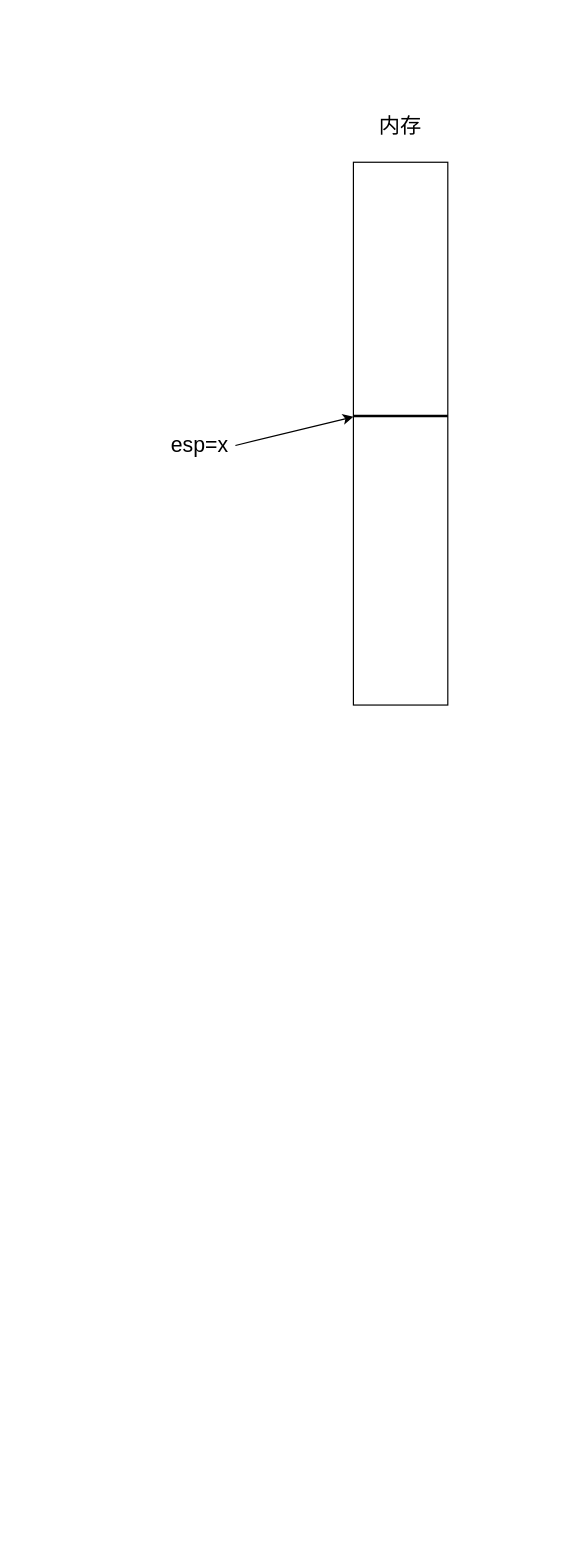
This is page "第 1 页" (1 of 2) of 未命名绘图.drawio from misiyu/drawio, a draw.io file, before an edit. Source tidied: cells renumbered, new cells numbered last; positions are measured from the earlier drawing's top-left corner, leaving out a move shared by most shapes. Both pictures are drawn from the tidied source at 118%, with x=0, y=0 at pixel (176, 114).
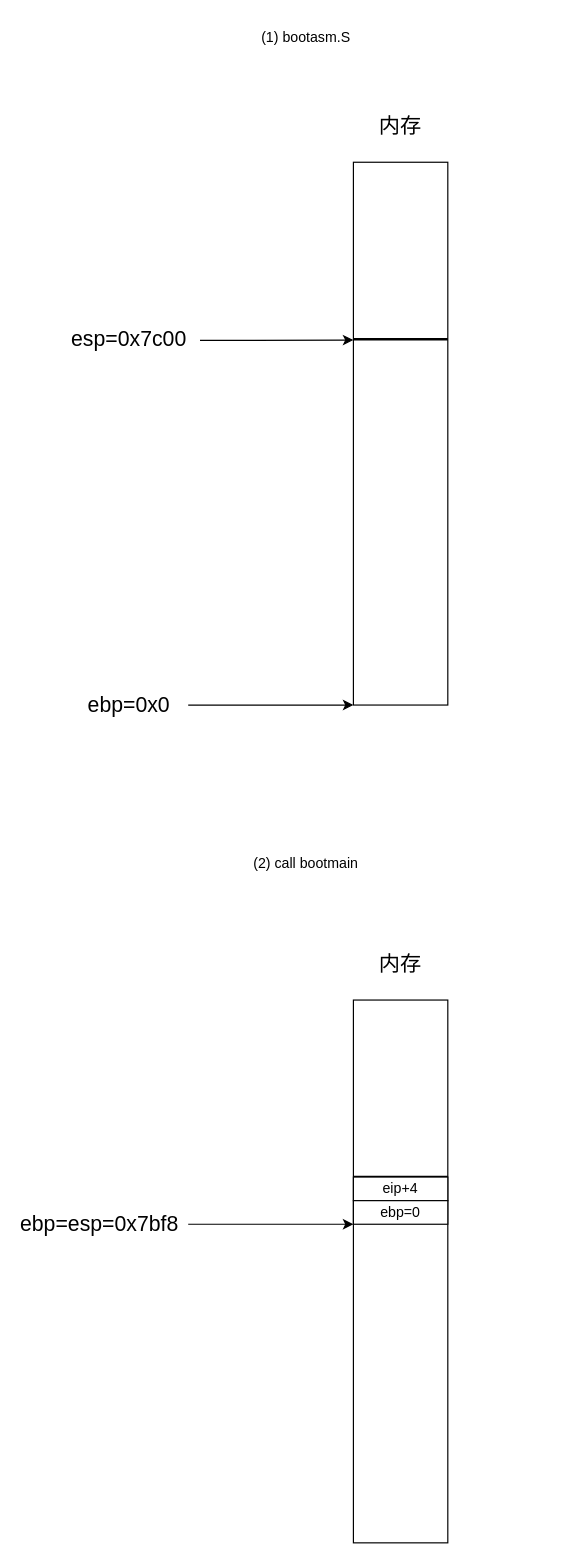
The same page after the edit.

Commit message:
更新未命名绘图.drawio

Unchanged cells that the change refers to:
```xml
<mxCell id="2" style="rounded=0;whiteSpace=wrap;html=1;" parent="1" vertex="1">
  <mxGeometry x="150" y="40" width="80" height="460" as="geometry" />
</mxCell>
```

The edit, as a diff of the source:
```diff
@@
-    <mxCell id="4" style="endArrow=classic;html=1;entryX=0;entryY=0.469;entryDx=0;entryDy=0;entryPerimeter=0;" parent="1" edge="1" target="2">
+    <mxCell id="4" style="endArrow=classic;html=1;entryX=0;entryY=0.469;entryDx=0;entryDy=0;entryPerimeter=0;" parent="1" edge="1">
       <mxGeometry relative="1" as="geometry">
-        <mxPoint x="50" y="280" as="sourcePoint" />
+        <mxPoint x="20" y="191" as="sourcePoint" />
+        <mxPoint x="150" y="190.7" as="targetPoint" />
       </mxGeometry>
     </mxCell>
-    <mxCell id="5" value="&lt;font style=&quot;font-size: 18px&quot;&gt;esp=x&lt;/font&gt;" style="text;html=1;strokeColor=none;fillColor=none;align=center;verticalAlign=middle;whiteSpace=wrap;rounded=0;" parent="1" vertex="1">
-      <mxGeometry y="270" width="40" height="20" as="geometry" />
+    <mxCell id="5" value="&lt;font style=&quot;font-size: 18px&quot;&gt;esp=0x7c00&lt;/font&gt;" style="text;html=1;strokeColor=none;fillColor=none;align=center;verticalAlign=middle;whiteSpace=wrap;rounded=0;" parent="1" vertex="1">
+      <mxGeometry x="-60" y="180" width="40" height="20" as="geometry" />
     </mxCell>
     <mxCell id="6" style="line;strokeWidth=2;html=1;" parent="1" vertex="1">
-      <mxGeometry x="150" y="250" width="80" height="10" as="geometry" />
+      <mxGeometry x="150" y="185" width="80" height="10" as="geometry" />
     </mxCell>
+    <mxCell id="7" style="endArrow=classic;html=1;entryX=0;entryY=1;entryDx=0;entryDy=0;" parent="1" edge="1" target="2">
+      <mxGeometry relative="1" as="geometry">
+        <mxPoint x="10" y="500" as="sourcePoint" />
+      </mxGeometry>
+    </mxCell>
+    <mxCell id="8" value="&lt;font style=&quot;font-size: 18px&quot;&gt;ebp=0x0&lt;/font&gt;" style="text;html=1;strokeColor=none;fillColor=none;align=center;verticalAlign=middle;whiteSpace=wrap;rounded=0;" parent="1" vertex="1">
+      <mxGeometry x="-60" y="490" width="40" height="20" as="geometry" />
+    </mxCell>
+    <mxCell id="9" style="rounded=0;whiteSpace=wrap;html=1;" parent="1" vertex="1">
+      <mxGeometry x="150" y="750" width="80" height="460" as="geometry" />
+    </mxCell>
+    <mxCell id="10" value="&lt;font style=&quot;font-size: 18px&quot;&gt;内存&lt;/font&gt;" style="text;html=1;strokeColor=none;fillColor=none;align=center;verticalAlign=middle;whiteSpace=wrap;rounded=0;" parent="1" vertex="1">
+      <mxGeometry x="170" y="710" width="40" height="20" as="geometry" />
+    </mxCell>
+    <mxCell id="11" style="line;strokeWidth=2;html=1;" parent="1" vertex="1">
+      <mxGeometry x="150" y="895" width="80" height="10" as="geometry" />
+    </mxCell>
+    <mxCell id="12" style="endArrow=classic;html=1;entryX=0;entryY=1;entryDx=0;entryDy=0;" parent="1" edge="1">
+      <mxGeometry relative="1" as="geometry">
+        <mxPoint x="10" y="940" as="sourcePoint" />
+        <mxPoint x="150" y="940" as="targetPoint" />
+      </mxGeometry>
+    </mxCell>
+    <mxCell id="13" value="&lt;font style=&quot;font-size: 18px&quot;&gt;ebp=esp=0x7bf8&lt;/font&gt;" style="text;html=1;strokeColor=none;fillColor=none;align=center;verticalAlign=middle;whiteSpace=wrap;rounded=0;" parent="1" vertex="1">
+      <mxGeometry x="-110" y="930" width="90" height="20" as="geometry" />
+    </mxCell>
+    <mxCell id="14" value="(1) bootasm.S" style="text;html=1;strokeColor=none;fillColor=none;align=center;verticalAlign=middle;whiteSpace=wrap;rounded=0;" parent="1" vertex="1">
+      <mxGeometry x="-100" y="-80" width="420" height="30" as="geometry" />
+    </mxCell>
+    <mxCell id="15" value="(2) call bootmain" style="text;html=1;strokeColor=none;fillColor=none;align=center;verticalAlign=middle;whiteSpace=wrap;rounded=0;" parent="1" vertex="1">
+      <mxGeometry x="-100" y="620" width="420" height="30" as="geometry" />
+    </mxCell>
+    <mxCell id="16" value="eip+4" style="rounded=0;whiteSpace=wrap;html=1;" parent="1" vertex="1">
+      <mxGeometry x="150" y="900" width="80" height="20" as="geometry" />
+    </mxCell>
+    <mxCell id="17" value="ebp=0" style="rounded=0;whiteSpace=wrap;html=1;" parent="1" vertex="1">
+      <mxGeometry x="150" y="920" width="80" height="20" as="geometry" />
+    </mxCell>
```
